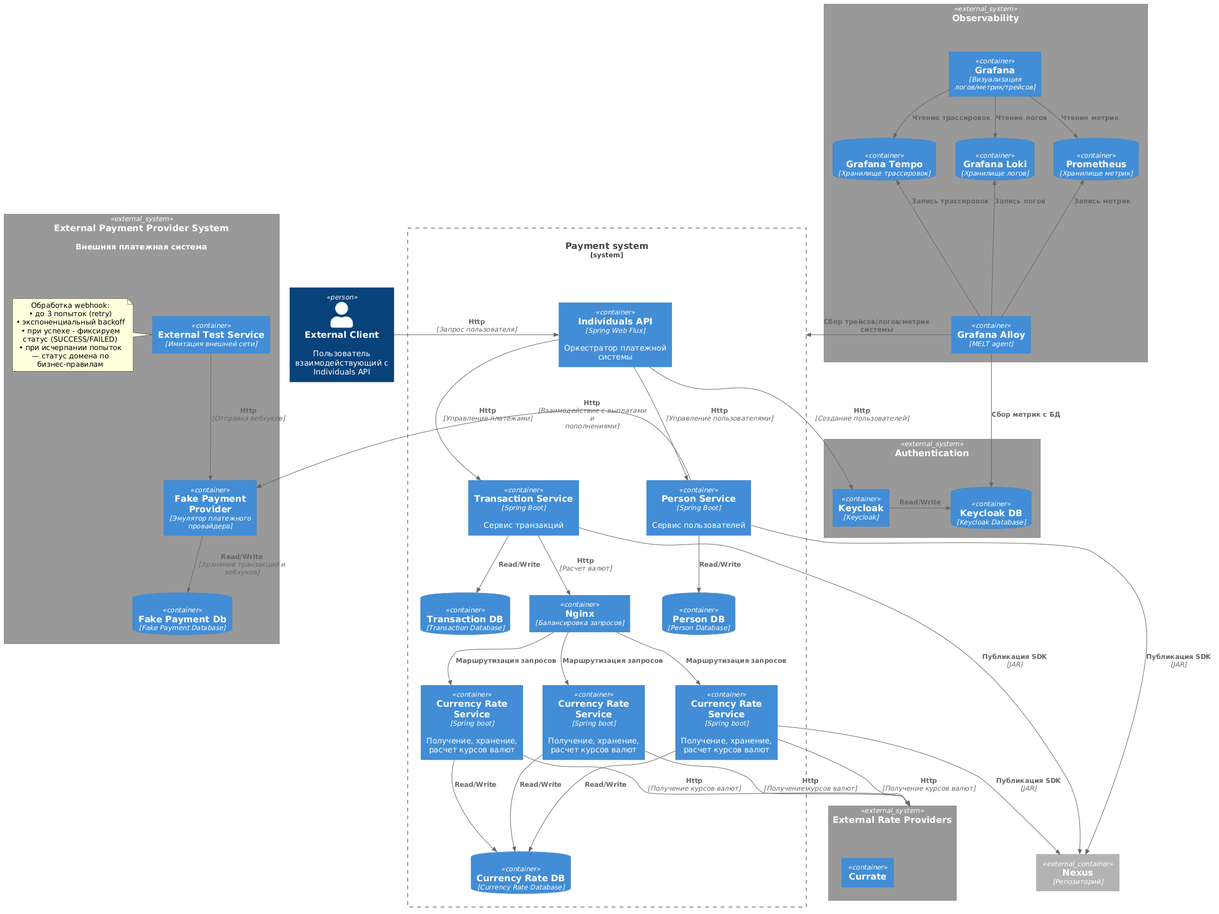
Above: diagram/container.png in diamam90/payment-system (PlantUML), before the change.
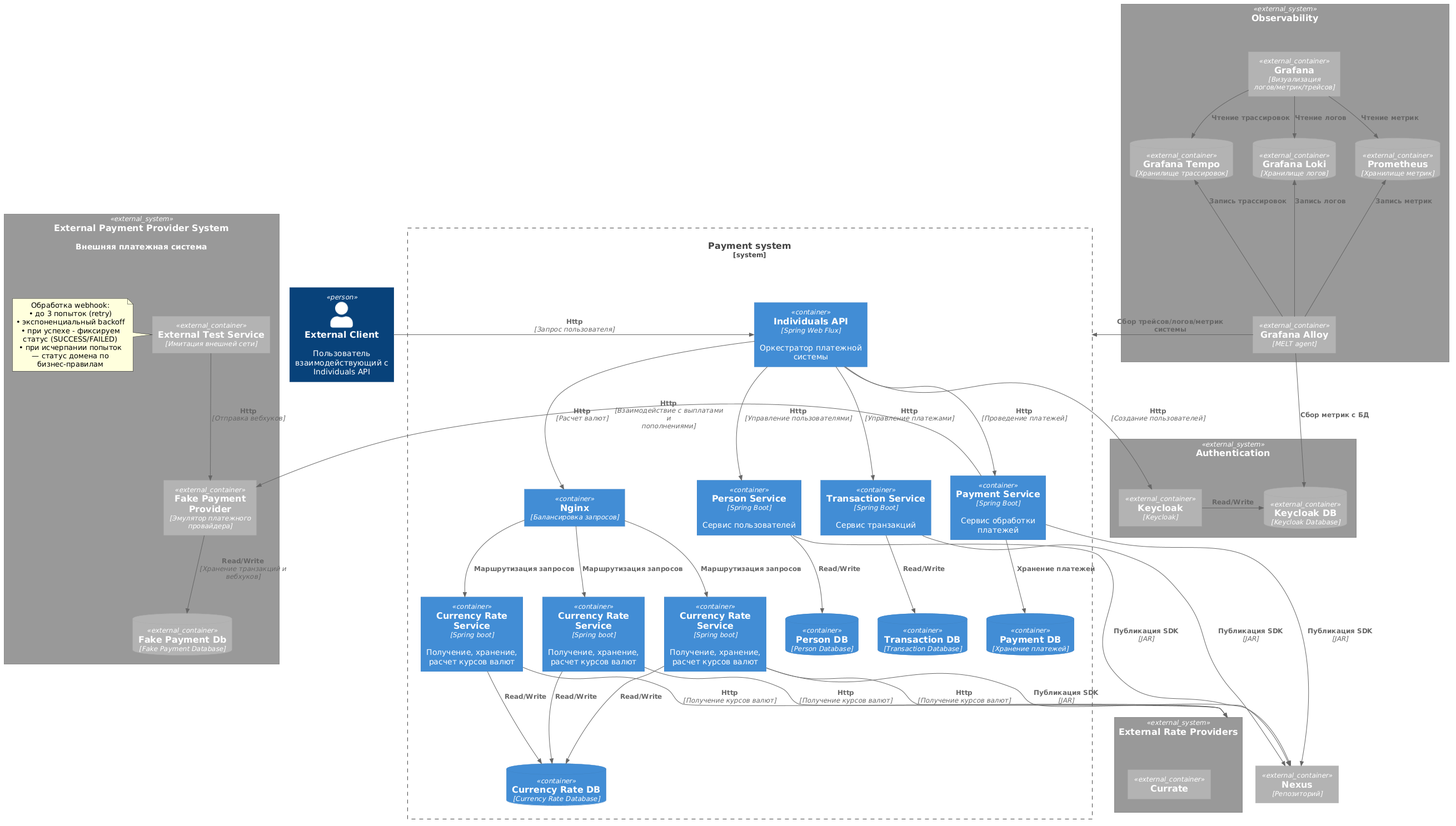
After the change.

Commit message:
правка контейнерной диаграммы

Diff of the diagram source:
```diff
@@ -12,35 +12,38 @@
 
     Container(ts, "Transaction Service", "Spring Boot", "Сервис транзакций")
     ContainerDb(tsDb, "Transaction DB", "Transaction Database")
+
     Container(ngnx, "Nginx", "Балансировка запросов")
     Container(crs1, "Currency Rate Service", "Spring boot", "Получение, хранение, расчет курсов валют")
     Container(crs2, "Currency Rate Service", "Spring boot", "Получение, хранение, расчет курсов валют")
     Container(crs3, "Currency Rate Service", "Spring boot", "Получение, хранение, расчет курсов валют")
+    ContainerDb(crsDb, "Currency Rate DB", "Currency Rate Database")
 
-    ContainerDb(crsDb, "Currency Rate DB", "Currency Rate Database")
+    Container(paymentService, "Payment Service", "Spring Boot", "Сервис обработки платежей")
+    ContainerDb(paymentDb, "Payment DB","Хранение платежей")
 }
 
-System_Ext(auth, "Authentication"){
-    Container(kc, "Keycloak", "Keycloak")
-    ContainerDb(kcDb, "Keycloak DB", "Keycloak Database")
+System_Ext(auth, "Authentication") {
+    Container_Ext(kc, "Keycloak", "Keycloak")
+    ContainerDb_Ext(kcDb, "Keycloak DB", "Keycloak Database")
 }
 
 System_Ext(obs, "Observability") {
-    Container(alloy, "Grafana Alloy", "MELT agent")
-    Container(grafana,  "Grafana", "Визуализация логов/метрик/трейсов")
-    ContainerDb(prometheus, "Prometheus", "Хранилище метрик")
-    ContainerDb(loki, "Grafana Loki", "Хранилище логов")
-    ContainerDb(tempo, "Grafana Tempo","Хранилище трассировок")
+    Container_Ext(alloy, "Grafana Alloy", "MELT agent")
+    Container_Ext(grafana,  "Grafana", "Визуализация логов/метрик/трейсов")
+    ContainerDb_Ext(prometheus, "Prometheus", "Хранилище метрик")
+    ContainerDb_Ext(loki, "Grafana Loki", "Хранилище логов")
+    ContainerDb_Ext(tempo, "Grafana Tempo","Хранилище трассировок")
 }
 
 System_Ext(rateProvider, "External Rate Providers") {
-    Container(currate, "Currate")
+    Container_Ext(currate, "Currate")
 }
 
 System_Ext(extProviderSystem, "External Payment Provider System", "Внешняя платежная система") {
-    Container(fakePP, "Fake Payment Provider", "Эмулятор платежного провайдера")
-    Container(extNet, "External Test Service","Имитация внешней сети")
-    ContainerDb(fakePPDb, "Fake Payment Db", "Fake Payment Database")
+    Container_Ext(fakePP, "Fake Payment Provider", "Эмулятор платежного провайдера")
+    Container_Ext(extNet, "External Test Service","Имитация внешней сети")
+    ContainerDb_Ext(fakePPDb, "Fake Payment Db", "Fake Payment Database")
 
     note left of extNet
       Обработка webhook:
@@ -57,26 +60,29 @@
 
 Rel_D(indApi, ps,"Http", "Управление пользователями")
 Rel_D(ps,psDb, "Read/Write")
-Rel_D(ts,ngnx, "Http","Расчет валют")
+Rel_D(indApi,ngnx, "Http","Расчет валют")
 Rel_D(ngnx, crs1, "Маршрутизация запросов")
 Rel_D(ngnx, crs2, "Маршрутизация запросов")
 Rel_D(ngnx, crs3, "Маршрутизация запросов")
 Rel_D(crs1, crsDb, "Read/Write")
 Rel_D(crs2, crsDb, "Read/Write")
 Rel_D(crs3, crsDb, "Read/Write")
-Rel(crs1, rateProvider, "Http","Получение курсов валют")
-Rel(crs2, rateProvider, "Http","Получение курсов валют")
-Rel(crs3, rateProvider, "Http","Получение курсов валют")
+Rel_D(crs1, rateProvider, "Http","Получение курсов валют")
+Rel_D(crs2, rateProvider, "Http","Получение курсов валют")
+Rel_D(crs3, rateProvider, "Http","Получение курсов валют")
 
 Rel_D(indApi,ts,"Http","Управление платежами")
 Rel_D(ts,tsDb, "Read/Write")
 
-Rel(indApi, kc, "Http","Создание пользователей")
+Rel_U(indApi, kc, "Http","Создание пользователей")
 Rel_R(kc,kcDb,"Read/Write")
 
 Rel_D(extNet, fakePP, "Http", "Отправка вебхуков")
 Rel_D(fakePP, fakePPDb, "Read/Write","Хранение транзакций и вебхуков")
-Rel_L(ps, fakePP, "Http", "Взаимодействие с выплатами и пополнениями")
+
+Rel(indApi,paymentService,"Http","Проведение платежей")
+Rel_L(paymentService, fakePP, "Http", "Взаимодействие с выплатами и пополнениями")
+Rel_D(paymentService, paymentDb, "Хранение платежей")
 
 Rel_D(grafana, prometheus,"Чтение метрик")
 Rel_D(grafana, loki,"Чтение логов")
@@ -92,4 +98,5 @@
 Rel(ps, nexus, "Публикация SDK","JAR")
 Rel(ts, nexus, "Публикация SDK","JAR")
 Rel(crs3, nexus, "Публикация SDK","JAR")
+Rel(paymentService, nexus, "Публикация SDK", "JAR")
 @enduml
```
